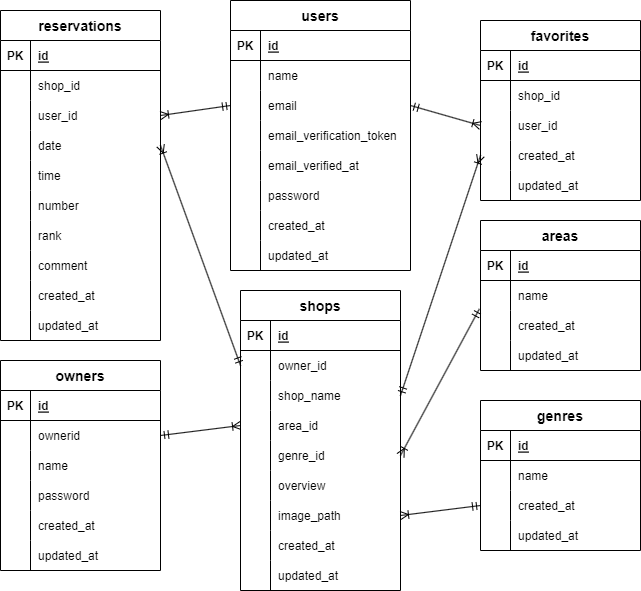
This is src/.drawio.png from yoshikiakazawa/Rese, a draw.io export, as it was before one commit. Source tidied: cells renumbered, new cells last; positions are measured from the earlier drawing's top-left corner, leaving out a move shared by most shapes.
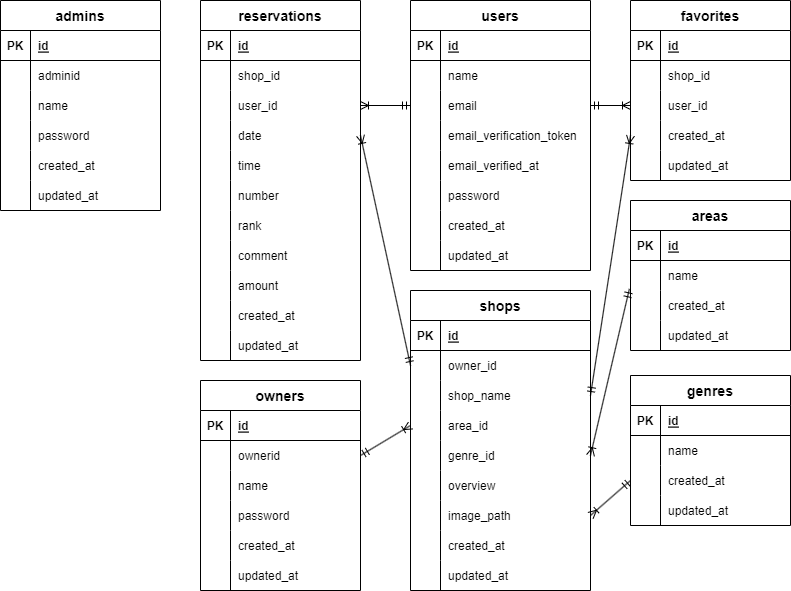
After the change.

What changed in the source:
```diff
@@ -3,7 +3,7 @@
     <mxCell id="0" />
     <mxCell id="1" parent="0" />
     <mxCell id="2" value="reservations" style="shape=table;startSize=30;rowLines=0;fontStyle=1;align=center;fontSize=14;" parent="1" vertex="1">
-      <mxGeometry y="10" width="160" height="330" as="geometry" />
+      <mxGeometry x="130" y="-10" width="160" height="360" as="geometry" />
     </mxCell>
     <mxCell id="3" style="shape=tableRow;horizontal=0;startSize=0;swimlaneHead=0;swimlaneBody=0;fillColor=none;top=0;left=0;right=0;bottom=1;" parent="2" vertex="1">
       <mxGeometry y="30" width="160" height="30" as="geometry" />
@@ -77,8 +77,17 @@
     <mxCell id="26" value="comment" style="shape=partialRectangle;fillColor=none;top=0;left=0;bottom=0;right=0;align=left;spacingLeft=6;overflow=hidden;" parent="24" vertex="1">
       <mxGeometry x="30" width="130" height="30" as="geometry" />
     </mxCell>
+    <mxCell id="154" style="shape=tableRow;horizontal=0;startSize=0;swimlaneHead=0;swimlaneBody=0;fillColor=none;top=0;left=0;right=0;bottom=0;" parent="2" vertex="1">
+      <mxGeometry y="270" width="160" height="30" as="geometry" />
+    </mxCell>
+    <mxCell id="155" style="shape=partialRectangle;fillColor=none;top=0;left=0;bottom=0;right=0;overflow=hidden;" parent="154" vertex="1">
+      <mxGeometry width="30" height="30" as="geometry" />
+    </mxCell>
+    <mxCell id="156" value="amount" style="shape=partialRectangle;fillColor=none;top=0;left=0;bottom=0;right=0;align=left;spacingLeft=6;overflow=hidden;" parent="154" vertex="1">
+      <mxGeometry x="30" width="130" height="30" as="geometry" />
+    </mxCell>
     <mxCell id="27" style="shape=tableRow;horizontal=0;startSize=0;swimlaneHead=0;swimlaneBody=0;fillColor=none;top=0;left=0;right=0;bottom=0;" parent="2" vertex="1">
-      <mxGeometry y="270" width="160" height="30" as="geometry" />
+      <mxGeometry y="300" width="160" height="30" as="geometry" />
     </mxCell>
     <mxCell id="28" style="shape=partialRectangle;fillColor=none;top=0;left=0;bottom=0;right=0;overflow=hidden;" parent="27" vertex="1">
       <mxGeometry width="30" height="30" as="geometry" />
@@ -87,7 +96,7 @@
       <mxGeometry x="30" width="130" height="30" as="geometry" />
     </mxCell>
     <mxCell id="30" style="shape=tableRow;horizontal=0;startSize=0;swimlaneHead=0;swimlaneBody=0;fillColor=none;top=0;left=0;right=0;bottom=0;" parent="2" vertex="1">
-      <mxGeometry y="300" width="160" height="30" as="geometry" />
+      <mxGeometry y="330" width="160" height="30" as="geometry" />
     </mxCell>
     <mxCell id="31" style="shape=partialRectangle;fillColor=none;top=0;left=0;bottom=0;right=0;overflow=hidden;" parent="30" vertex="1">
       <mxGeometry width="30" height="30" as="geometry" />
@@ -99,7 +108,7 @@
       <mxGeometry relative="1" as="geometry" />
     </mxCell>
     <mxCell id="34" value="owners" style="shape=table;startSize=30;rowLines=0;fontStyle=1;align=center;fontSize=14;" parent="1" vertex="1">
-      <mxGeometry y="360" width="160" height="210" as="geometry" />
+      <mxGeometry x="130" y="370" width="160" height="210" as="geometry" />
     </mxCell>
     <mxCell id="35" style="shape=tableRow;horizontal=0;startSize=0;swimlaneHead=0;swimlaneBody=0;fillColor=none;top=0;left=0;right=0;bottom=1;" parent="34" vertex="1">
       <mxGeometry y="30" width="160" height="30" as="geometry" />
@@ -156,7 +165,7 @@
       <mxGeometry x="30" width="130" height="30" as="geometry" />
     </mxCell>
     <mxCell id="53" value="users" style="shape=table;startSize=30;rowLines=0;fontStyle=1;align=center;fontSize=14;" parent="1" vertex="1">
-      <mxGeometry x="230" width="180" height="270" as="geometry" />
+      <mxGeometry x="340" y="-10" width="180" height="270" as="geometry" />
     </mxCell>
     <mxCell id="54" style="shape=tableRow;horizontal=0;startSize=0;swimlaneHead=0;swimlaneBody=0;fillColor=none;top=0;left=0;right=0;bottom=1;" parent="53" vertex="1">
       <mxGeometry y="30" width="180" height="30" as="geometry" />
@@ -231,7 +240,7 @@
       <mxGeometry x="30" width="150" height="30" as="geometry" />
     </mxCell>
     <mxCell id="78" value="favorites" style="shape=table;startSize=30;rowLines=0;fontStyle=1;align=center;fontSize=14;" parent="1" vertex="1">
-      <mxGeometry x="480" y="20" width="160" height="180" as="geometry" />
+      <mxGeometry x="560" y="-10" width="160" height="180" as="geometry" />
     </mxCell>
     <mxCell id="79" style="shape=tableRow;horizontal=0;startSize=0;swimlaneHead=0;swimlaneBody=0;fillColor=none;top=0;left=0;right=0;bottom=1;" parent="78" vertex="1">
       <mxGeometry y="30" width="160" height="30" as="geometry" />
@@ -285,91 +294,91 @@
       <mxGeometry relative="1" as="geometry" />
     </mxCell>
     <mxCell id="96" value="shops" style="shape=table;startSize=30;rowLines=0;fontStyle=1;align=center;fontSize=14;" parent="1" vertex="1">
-      <mxGeometry x="240" y="290" width="160" height="300" as="geometry" />
+      <mxGeometry x="340" y="280" width="180" height="300" as="geometry" />
     </mxCell>
     <mxCell id="97" style="shape=tableRow;horizontal=0;startSize=0;swimlaneHead=0;swimlaneBody=0;fillColor=none;top=0;left=0;right=0;bottom=1;" parent="96" vertex="1">
-      <mxGeometry y="30" width="160" height="30" as="geometry" />
+      <mxGeometry y="30" width="180" height="30" as="geometry" />
     </mxCell>
     <mxCell id="98" value="PK" style="shape=partialRectangle;fillColor=none;top=0;left=0;bottom=0;right=0;fontStyle=1;overflow=hidden;" parent="97" vertex="1">
       <mxGeometry width="30" height="30" as="geometry" />
     </mxCell>
     <mxCell id="99" value="id" style="shape=partialRectangle;fillColor=none;top=0;left=0;bottom=0;right=0;align=left;spacingLeft=6;fontStyle=5;overflow=hidden;" parent="97" vertex="1">
-      <mxGeometry x="30" width="130" height="30" as="geometry" />
+      <mxGeometry x="30" width="150" height="30" as="geometry" />
     </mxCell>
     <mxCell id="100" style="shape=tableRow;horizontal=0;startSize=0;swimlaneHead=0;swimlaneBody=0;fillColor=none;points=[[0,0.5],[1,0.5]];portConstraint=eastwest;top=0;left=0;right=0;bottom=0;" parent="96" vertex="1">
-      <mxGeometry y="60" width="160" height="30" as="geometry" />
+      <mxGeometry y="60" width="180" height="30" as="geometry" />
     </mxCell>
     <mxCell id="101" style="shape=partialRectangle;fillColor=none;top=0;left=0;bottom=0;right=0;overflow=hidden;" parent="100" vertex="1">
       <mxGeometry width="30" height="30" as="geometry" />
     </mxCell>
     <mxCell id="102" value="owner_id" style="shape=partialRectangle;fillColor=none;top=0;left=0;bottom=0;right=0;align=left;spacingLeft=6;overflow=hidden;" parent="100" vertex="1">
-      <mxGeometry x="30" width="130" height="30" as="geometry" />
+      <mxGeometry x="30" width="150" height="30" as="geometry" />
     </mxCell>
     <mxCell id="103" style="shape=tableRow;horizontal=0;startSize=0;swimlaneHead=0;swimlaneBody=0;fillColor=none;points=[[0,0.5],[1,0.5]];portConstraint=eastwest;top=0;left=0;right=0;bottom=0;" parent="96" vertex="1">
-      <mxGeometry y="90" width="160" height="30" as="geometry" />
+      <mxGeometry y="90" width="180" height="30" as="geometry" />
     </mxCell>
     <mxCell id="104" style="shape=partialRectangle;fillColor=none;top=0;left=0;bottom=0;right=0;overflow=hidden;" parent="103" vertex="1">
       <mxGeometry width="30" height="30" as="geometry" />
     </mxCell>
     <mxCell id="105" value="shop_name" style="shape=partialRectangle;fillColor=none;top=0;left=0;bottom=0;right=0;align=left;spacingLeft=6;overflow=hidden;" parent="103" vertex="1">
-      <mxGeometry x="30" width="130" height="30" as="geometry" />
+      <mxGeometry x="30" width="150" height="30" as="geometry" />
     </mxCell>
     <mxCell id="106" style="shape=tableRow;horizontal=0;startSize=0;swimlaneHead=0;swimlaneBody=0;fillColor=none;points=[[0,0.5],[1,0.5]];portConstraint=eastwest;top=0;left=0;right=0;bottom=0;" parent="96" vertex="1">
-      <mxGeometry y="120" width="160" height="30" as="geometry" />
+      <mxGeometry y="120" width="180" height="30" as="geometry" />
     </mxCell>
     <mxCell id="107" style="shape=partialRectangle;fillColor=none;top=0;left=0;bottom=0;right=0;overflow=hidden;" parent="106" vertex="1">
       <mxGeometry width="30" height="30" as="geometry" />
     </mxCell>
     <mxCell id="108" value="area_id" style="shape=partialRectangle;fillColor=none;top=0;left=0;bottom=0;right=0;align=left;spacingLeft=6;overflow=hidden;" parent="106" vertex="1">
-      <mxGeometry x="30" width="130" height="30" as="geometry" />
+      <mxGeometry x="30" width="150" height="30" as="geometry" />
     </mxCell>
     <mxCell id="109" style="shape=tableRow;horizontal=0;startSize=0;swimlaneHead=0;swimlaneBody=0;fillColor=none;points=[[0,0.5],[1,0.5]];portConstraint=eastwest;top=0;left=0;right=0;bottom=0;" parent="96" vertex="1">
-      <mxGeometry y="150" width="160" height="30" as="geometry" />
+      <mxGeometry y="150" width="180" height="30" as="geometry" />
     </mxCell>
     <mxCell id="110" style="shape=partialRectangle;fillColor=none;top=0;left=0;bottom=0;right=0;overflow=hidden;" parent="109" vertex="1">
       <mxGeometry width="30" height="30" as="geometry" />
     </mxCell>
     <mxCell id="111" value="genre_id" style="shape=partialRectangle;fillColor=none;top=0;left=0;bottom=0;right=0;align=left;spacingLeft=6;overflow=hidden;" parent="109" vertex="1">
-      <mxGeometry x="30" width="130" height="30" as="geometry" />
+      <mxGeometry x="30" width="150" height="30" as="geometry" />
     </mxCell>
     <mxCell id="112" style="shape=tableRow;horizontal=0;startSize=0;swimlaneHead=0;swimlaneBody=0;fillColor=none;top=0;left=0;right=0;bottom=0;" parent="96" vertex="1">
-      <mxGeometry y="180" width="160" height="30" as="geometry" />
+      <mxGeometry y="180" width="180" height="30" as="geometry" />
     </mxCell>
     <mxCell id="113" style="shape=partialRectangle;fillColor=none;top=0;left=0;bottom=0;right=0;overflow=hidden;" parent="112" vertex="1">
       <mxGeometry width="30" height="30" as="geometry" />
     </mxCell>
     <mxCell id="114" value="overview" style="shape=partialRectangle;fillColor=none;top=0;left=0;bottom=0;right=0;align=left;spacingLeft=6;overflow=hidden;" parent="112" vertex="1">
-      <mxGeometry x="30" width="130" height="30" as="geometry" />
+      <mxGeometry x="30" width="150" height="30" as="geometry" />
     </mxCell>
     <mxCell id="115" style="shape=tableRow;horizontal=0;startSize=0;swimlaneHead=0;swimlaneBody=0;fillColor=none;points=[[0,0.5],[1,0.5]];portConstraint=eastwest;top=0;left=0;right=0;bottom=0;" parent="96" vertex="1">
-      <mxGeometry y="210" width="160" height="30" as="geometry" />
+      <mxGeometry y="210" width="180" height="30" as="geometry" />
     </mxCell>
     <mxCell id="116" style="shape=partialRectangle;fillColor=none;top=0;left=0;bottom=0;right=0;overflow=hidden;" parent="115" vertex="1">
       <mxGeometry width="30" height="30" as="geometry" />
     </mxCell>
     <mxCell id="117" value="image_path" style="shape=partialRectangle;fillColor=none;top=0;left=0;bottom=0;right=0;align=left;spacingLeft=6;overflow=hidden;" parent="115" vertex="1">
-      <mxGeometry x="30" width="130" height="30" as="geometry" />
+      <mxGeometry x="30" width="150" height="30" as="geometry" />
     </mxCell>
     <mxCell id="118" style="shape=tableRow;horizontal=0;startSize=0;swimlaneHead=0;swimlaneBody=0;fillColor=none;top=0;left=0;right=0;bottom=0;" parent="96" vertex="1">
-      <mxGeometry y="240" width="160" height="30" as="geometry" />
+      <mxGeometry y="240" width="180" height="30" as="geometry" />
     </mxCell>
     <mxCell id="119" style="shape=partialRectangle;fillColor=none;top=0;left=0;bottom=0;right=0;overflow=hidden;" parent="118" vertex="1">
       <mxGeometry width="30" height="30" as="geometry" />
     </mxCell>
     <mxCell id="120" value="created_at" style="shape=partialRectangle;fillColor=none;top=0;left=0;bottom=0;right=0;align=left;spacingLeft=6;overflow=hidden;" parent="118" vertex="1">
-      <mxGeometry x="30" width="130" height="30" as="geometry" />
+      <mxGeometry x="30" width="150" height="30" as="geometry" />
     </mxCell>
     <mxCell id="121" style="shape=tableRow;horizontal=0;startSize=0;swimlaneHead=0;swimlaneBody=0;fillColor=none;top=0;left=0;right=0;bottom=0;" parent="96" vertex="1">
-      <mxGeometry y="270" width="160" height="30" as="geometry" />
+      <mxGeometry y="270" width="180" height="30" as="geometry" />
     </mxCell>
     <mxCell id="122" style="shape=partialRectangle;fillColor=none;top=0;left=0;bottom=0;right=0;overflow=hidden;" parent="121" vertex="1">
       <mxGeometry width="30" height="30" as="geometry" />
     </mxCell>
     <mxCell id="123" value="updated_at" style="shape=partialRectangle;fillColor=none;top=0;left=0;bottom=0;right=0;align=left;spacingLeft=6;overflow=hidden;" parent="121" vertex="1">
-      <mxGeometry x="30" width="130" height="30" as="geometry" />
+      <mxGeometry x="30" width="150" height="30" as="geometry" />
     </mxCell>
     <mxCell id="124" value="areas" style="shape=table;startSize=30;rowLines=0;fontStyle=1;align=center;fontSize=14;" parent="1" vertex="1">
-      <mxGeometry x="480" y="220" width="160" height="150" as="geometry" />
+      <mxGeometry x="560" y="190" width="160" height="150" as="geometry" />
     </mxCell>
     <mxCell id="125" style="shape=tableRow;horizontal=0;startSize=0;swimlaneHead=0;swimlaneBody=0;fillColor=none;top=0;left=0;right=0;bottom=1;" parent="124" vertex="1">
       <mxGeometry y="30" width="160" height="30" as="geometry" />
@@ -408,7 +417,7 @@
       <mxGeometry x="30" width="130" height="30" as="geometry" />
     </mxCell>
     <mxCell id="137" value="genres" style="shape=table;startSize=30;rowLines=0;fontStyle=1;align=center;fontSize=14;" parent="1" vertex="1">
-      <mxGeometry x="480" y="400" width="160" height="150" as="geometry" />
+      <mxGeometry x="560" y="365" width="160" height="150" as="geometry" />
     </mxCell>
     <mxCell id="138" style="shape=tableRow;horizontal=0;startSize=0;swimlaneHead=0;swimlaneBody=0;fillColor=none;top=0;left=0;right=0;bottom=1;" parent="137" vertex="1">
       <mxGeometry y="30" width="160" height="30" as="geometry" />
@@ -458,5 +467,62 @@
     <mxCell id="153" style="edgeStyle=none;html=1;entryX=1;entryY=0.5;entryDx=0;entryDy=0;startArrow=ERoneToMany;startFill=0;endArrow=ERmandOne;endFill=0;exitX=0;exitY=0.5;exitDx=0;exitDy=0;" parent="1" edge="1" source="88" target="103">
       <mxGeometry relative="1" as="geometry" />
     </mxCell>
+    <mxCell id="157" value="admins" style="shape=table;startSize=30;rowLines=0;fontStyle=1;align=center;fontSize=14;" parent="1" vertex="1">
+      <mxGeometry x="-70" y="-10" width="160" height="210" as="geometry" />
+    </mxCell>
+    <mxCell id="158" style="shape=tableRow;horizontal=0;startSize=0;swimlaneHead=0;swimlaneBody=0;fillColor=none;top=0;left=0;right=0;bottom=1;" parent="157" vertex="1">
+      <mxGeometry y="30" width="160" height="30" as="geometry" />
+    </mxCell>
+    <mxCell id="159" value="PK" style="shape=partialRectangle;fillColor=none;top=0;left=0;bottom=0;right=0;fontStyle=1;overflow=hidden;" parent="158" vertex="1">
+      <mxGeometry width="30" height="30" as="geometry" />
+    </mxCell>
+    <mxCell id="160" value="id" style="shape=partialRectangle;fillColor=none;top=0;left=0;bottom=0;right=0;align=left;spacingLeft=6;fontStyle=5;overflow=hidden;" parent="158" vertex="1">
+      <mxGeometry x="30" width="130" height="30" as="geometry" />
+    </mxCell>
+    <mxCell id="161" style="shape=tableRow;horizontal=0;startSize=0;swimlaneHead=0;swimlaneBody=0;fillColor=none;top=0;left=0;right=0;bottom=0;" parent="157" vertex="1">
+      <mxGeometry y="60" width="160" height="30" as="geometry" />
+    </mxCell>
+    <mxCell id="162" style="shape=partialRectangle;fillColor=none;top=0;left=0;bottom=0;right=0;overflow=hidden;" parent="161" vertex="1">
+      <mxGeometry width="30" height="30" as="geometry" />
+    </mxCell>
+    <mxCell id="163" value="adminid" style="shape=partialRectangle;fillColor=none;top=0;left=0;bottom=0;right=0;align=left;spacingLeft=6;overflow=hidden;" parent="161" vertex="1">
+      <mxGeometry x="30" width="130" height="30" as="geometry" />
+    </mxCell>
+    <mxCell id="164" style="shape=tableRow;horizontal=0;startSize=0;swimlaneHead=0;swimlaneBody=0;fillColor=none;top=0;left=0;right=0;bottom=0;" parent="157" vertex="1">
+      <mxGeometry y="90" width="160" height="30" as="geometry" />
+    </mxCell>
+    <mxCell id="165" style="shape=partialRectangle;fillColor=none;top=0;left=0;bottom=0;right=0;overflow=hidden;" parent="164" vertex="1">
+      <mxGeometry width="30" height="30" as="geometry" />
+    </mxCell>
+    <mxCell id="166" value="name" style="shape=partialRectangle;fillColor=none;top=0;left=0;bottom=0;right=0;align=left;spacingLeft=6;overflow=hidden;" parent="164" vertex="1">
+      <mxGeometry x="30" width="130" height="30" as="geometry" />
+    </mxCell>
+    <mxCell id="167" style="shape=tableRow;horizontal=0;startSize=0;swimlaneHead=0;swimlaneBody=0;fillColor=none;top=0;left=0;right=0;bottom=0;" parent="157" vertex="1">
+      <mxGeometry y="120" width="160" height="30" as="geometry" />
+    </mxCell>
+    <mxCell id="168" style="shape=partialRectangle;fillColor=none;top=0;left=0;bottom=0;right=0;overflow=hidden;" parent="167" vertex="1">
+      <mxGeometry width="30" height="30" as="geometry" />
+    </mxCell>
+    <mxCell id="169" value="password" style="shape=partialRectangle;fillColor=none;top=0;left=0;bottom=0;right=0;align=left;spacingLeft=6;overflow=hidden;" parent="167" vertex="1">
+      <mxGeometry x="30" width="130" height="30" as="geometry" />
+    </mxCell>
+    <mxCell id="170" style="shape=tableRow;horizontal=0;startSize=0;swimlaneHead=0;swimlaneBody=0;fillColor=none;top=0;left=0;right=0;bottom=0;" parent="157" vertex="1">
+      <mxGeometry y="150" width="160" height="30" as="geometry" />
+    </mxCell>
+    <mxCell id="171" style="shape=partialRectangle;fillColor=none;top=0;left=0;bottom=0;right=0;overflow=hidden;" parent="170" vertex="1">
+      <mxGeometry width="30" height="30" as="geometry" />
+    </mxCell>
+    <mxCell id="172" value="created_at" style="shape=partialRectangle;fillColor=none;top=0;left=0;bottom=0;right=0;align=left;spacingLeft=6;overflow=hidden;" parent="170" vertex="1">
+      <mxGeometry x="30" width="130" height="30" as="geometry" />
+    </mxCell>
+    <mxCell id="173" style="shape=tableRow;horizontal=0;startSize=0;swimlaneHead=0;swimlaneBody=0;fillColor=none;top=0;left=0;right=0;bottom=0;" parent="157" vertex="1">
+      <mxGeometry y="180" width="160" height="30" as="geometry" />
+    </mxCell>
+    <mxCell id="174" style="shape=partialRectangle;fillColor=none;top=0;left=0;bottom=0;right=0;overflow=hidden;" parent="173" vertex="1">
+      <mxGeometry width="30" height="30" as="geometry" />
+    </mxCell>
+    <mxCell id="175" value="updated_at" style="shape=partialRectangle;fillColor=none;top=0;left=0;bottom=0;right=0;align=left;spacingLeft=6;overflow=hidden;" parent="173" vertex="1">
+      <mxGeometry x="30" width="130" height="30" as="geometry" />
+    </mxCell>
   </root>
 </mxGraphModel>
```
